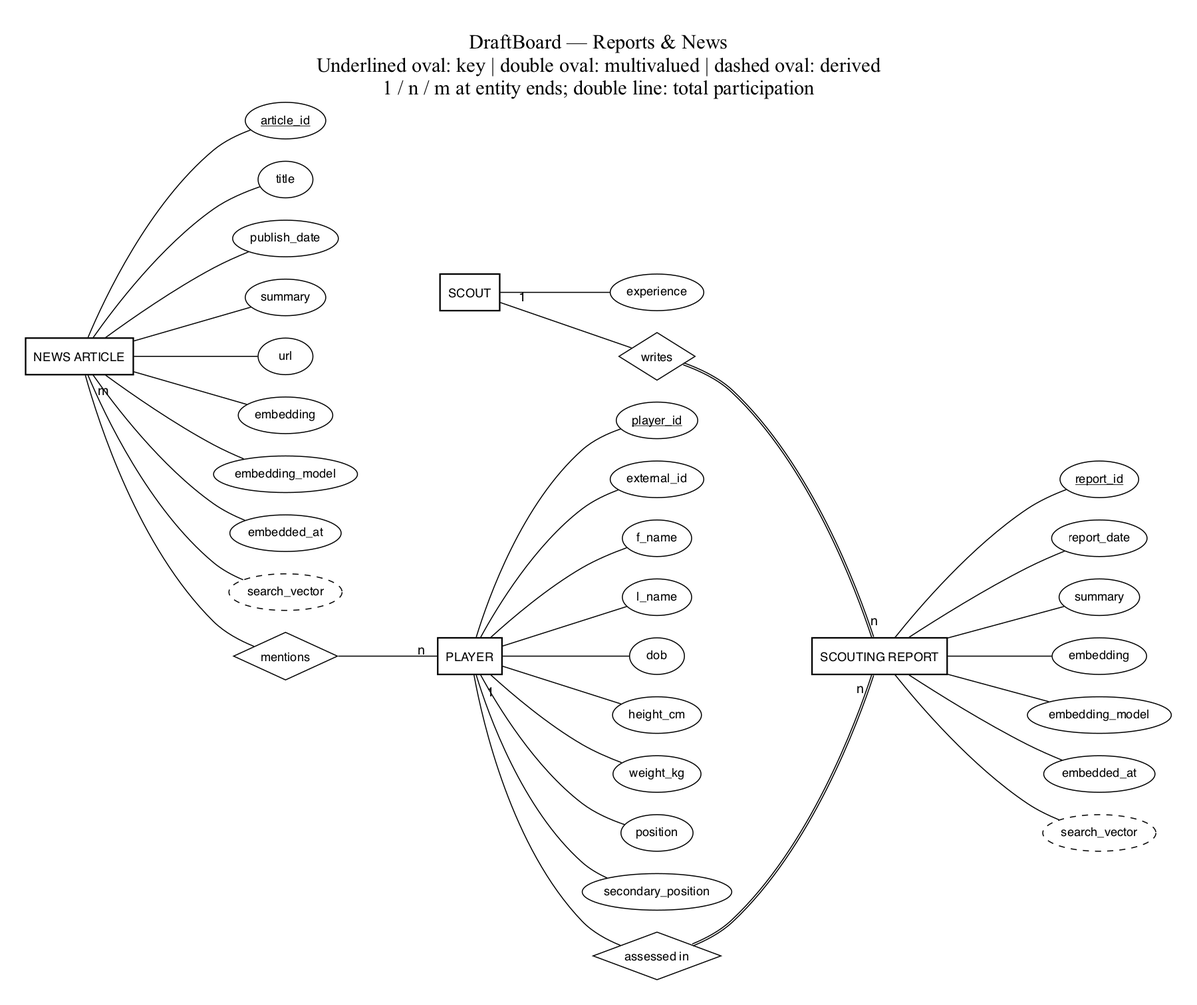
Earlier version of the Graphviz export docs/er-reports-news.png (charanmahesh/nba-draft-database-system). Its source is kept beside it as docs/diagrams/er-reports-news.dot.
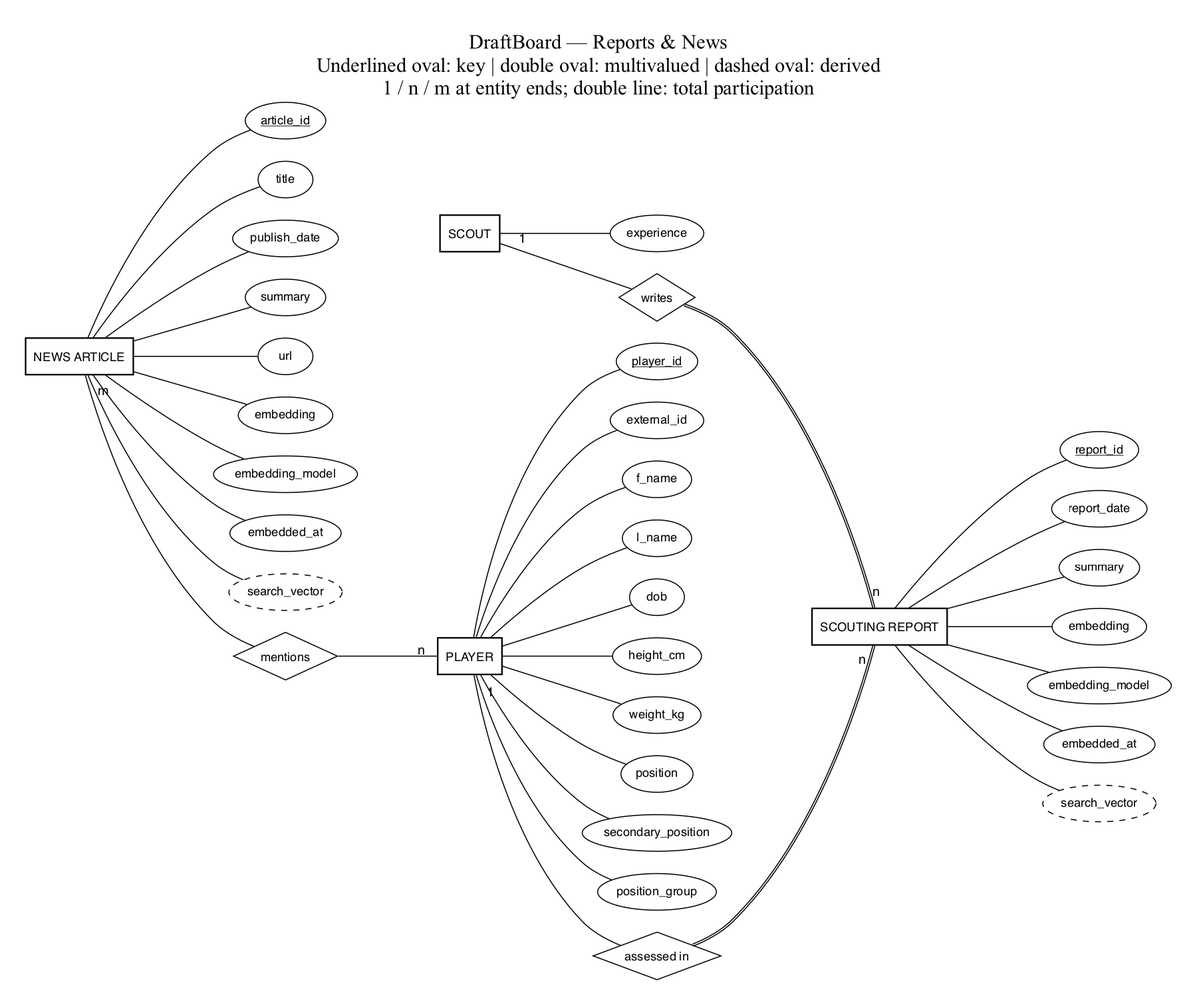
The same file after the commit.

Diff of the diagram source:
```diff
@@ -21,6 +21,8 @@
 player -- player_position [weight=2];
 player_secondary_position [shape=ellipse, label=<secondary_position>];
 player -- player_secondary_position [weight=2];
+player_position_group [shape=ellipse, label=<position_group>];
+player -- player_position_group [weight=2];
 scout [label="SCOUT", penwidth=1.5];
 scout_experience [shape=ellipse, label=<experience>];
 scout -- scout_experience [weight=2];
```
